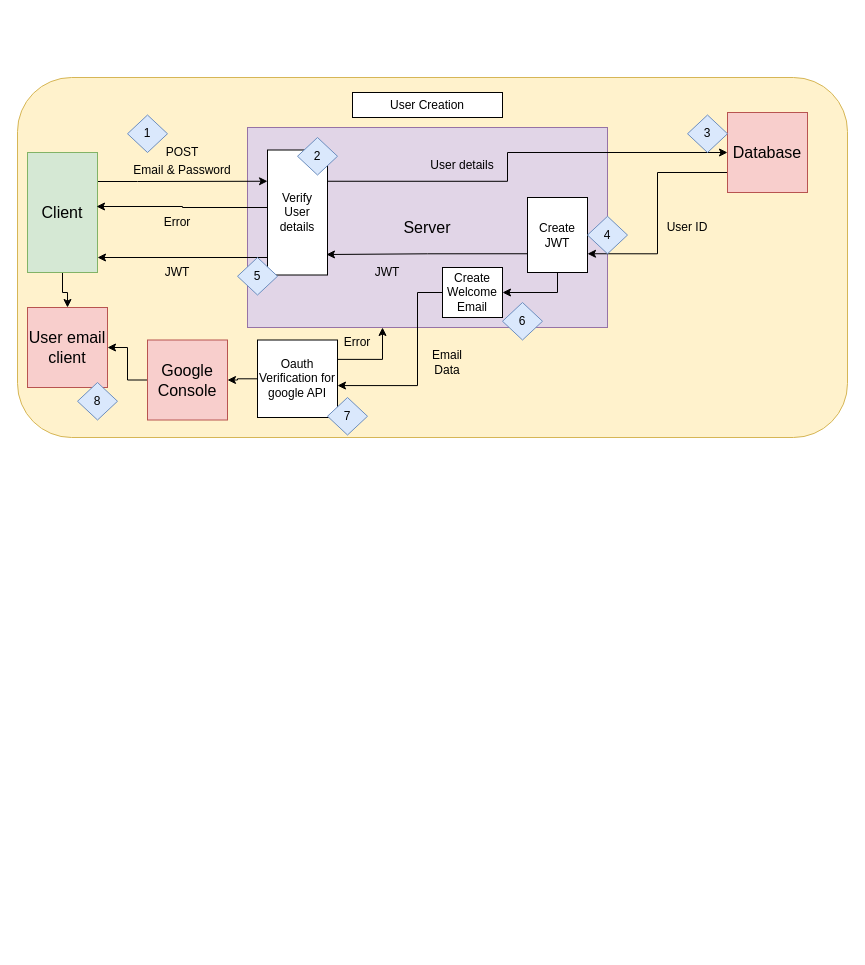
Bendavies96/T3A2-full-stack-app-part-a keeps this draw.io diagram as docs/User Creation Sequence Diagram.drawio. Above is the earlier version. Source tidied: cells renumbered, new cells numbered last; positions are measured from the earlier drawing's top-left corner, leaving out a move shared by most shapes. Both pictures are drawn from the tidied source at 100%, with x=0, y=0 at pixel (17, 77).
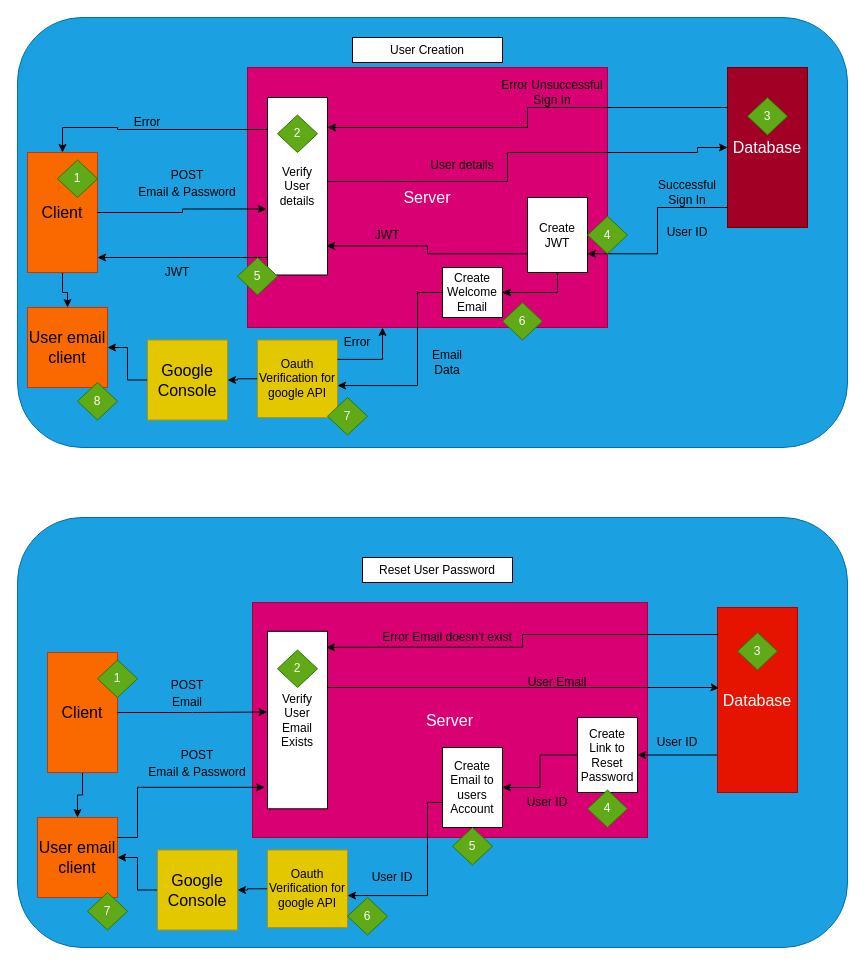
After the change.

Unchanged cells that the change refers to:
```xml
<mxCell id="14" value="Create JWT" style="rounded=0;whiteSpace=wrap;html=1;" parent="1" vertex="1">
  <mxGeometry x="510" y="120" width="60" height="75" as="geometry" />
</mxCell>
```

Change to the diagram source:
```diff
@@
-    <mxCell id="2" style="rounded=1;whiteSpace=wrap;html=1;fillColor=#fff2cc;strokeColor=#d6b656;" parent="1" vertex="1">
-      <mxGeometry width="830" height="360" as="geometry" />
+    <mxCell id="2" style="rounded=1;whiteSpace=wrap;html=1;fillColor=#1ba1e2;strokeColor=#006EAF;fontColor=#ffffff;" parent="1" vertex="1">
+      <mxGeometry y="-60" width="830" height="430" as="geometry" />
     </mxCell>
-    <mxCell id="3" value="&lt;span style=&quot;font-size: 16px;&quot;&gt;Server&lt;/span&gt;" style="rounded=0;whiteSpace=wrap;html=1;fillColor=#e1d5e7;strokeColor=#9673a6;" parent="1" vertex="1">
-      <mxGeometry x="230" y="50" width="360" height="200" as="geometry" />
+    <mxCell id="3" value="&lt;span style=&quot;font-size: 16px;&quot;&gt;Server&lt;/span&gt;" style="rounded=0;whiteSpace=wrap;html=1;fillColor=#d80073;strokeColor=#A50040;fontColor=#ffffff;" parent="1" vertex="1">
+      <mxGeometry x="230" y="-10" width="360" height="260" as="geometry" />
     </mxCell>
-    <mxCell id="4" style="edgeStyle=orthogonalEdgeStyle;rounded=0;jettySize=auto;html=1;entryX=0;entryY=0.25;entryDx=0;entryDy=0;" parent="1" edge="1" source="6" target="12">
-      <mxGeometry relative="1" as="geometry">
-        <Array as="points">
-          <mxPoint x="120" y="104" />
-          <mxPoint x="120" y="104" />
-        </Array>
-      </mxGeometry>
-    </mxCell>
@@
-    <mxCell id="6" value="&lt;span style=&quot;font-size: 16px;&quot;&gt;Client&lt;/span&gt;" style="rounded=0;whiteSpace=wrap;html=1;fillColor=#d5e8d4;strokeColor=#82b366;" parent="1" vertex="1">
+    <mxCell id="6" value="&lt;span style=&quot;font-size: 16px;&quot;&gt;Client&lt;/span&gt;" style="rounded=0;whiteSpace=wrap;html=1;fillColor=#fa6800;strokeColor=#C73500;fontColor=#000000;" parent="1" vertex="1">
       <mxGeometry x="10" y="75" width="70" height="120" as="geometry" />
     </mxCell>
     <mxCell id="7" value="User Creation" style="rounded=0;whiteSpace=wrap;html=1;" parent="1" vertex="1">
-      <mxGeometry x="335" y="15" width="150" height="25" as="geometry" />
+      <mxGeometry x="335" y="-40" width="150" height="25" as="geometry" />
     </mxCell>
     <mxCell id="8" style="edgeStyle=orthogonalEdgeStyle;rounded=0;jettySize=auto;html=1;exitX=0;exitY=0.75;exitDx=0;exitDy=0;entryX=1;entryY=0.75;entryDx=0;entryDy=0;" parent="1" edge="1" source="9" target="14">
-      <mxGeometry relative="1" as="geometry" />
+      <mxGeometry relative="1" as="geometry">
+        <Array as="points">
+          <mxPoint x="710" y="130" />
+          <mxPoint x="640" y="130" />
+          <mxPoint x="640" y="176" />
+        </Array>
+      </mxGeometry>
     </mxCell>
-    <mxCell id="9" value="&lt;span style=&quot;font-size: 16px;&quot;&gt;Database&lt;/span&gt;" style="rounded=0;whiteSpace=wrap;html=1;fillColor=#f8cecc;strokeColor=#b85450;" parent="1" vertex="1">
-      <mxGeometry x="710" y="35" width="80" height="80" as="geometry" />
+    <mxCell id="9" value="&lt;span style=&quot;font-size: 16px;&quot;&gt;Database&lt;/span&gt;" style="rounded=0;whiteSpace=wrap;html=1;fillColor=#a20025;strokeColor=#6F0000;fontColor=#ffffff;" parent="1" vertex="1">
+      <mxGeometry x="710" y="-10" width="80" height="160" as="geometry" />
     </mxCell>
     <mxCell id="10" style="edgeStyle=orthogonalEdgeStyle;rounded=0;jettySize=auto;html=1;exitX=1;exitY=0.25;exitDx=0;exitDy=0;entryX=0;entryY=0.5;entryDx=0;entryDy=0;" parent="1" edge="1" source="12" target="9">
       <mxGeometry relative="1" as="geometry">
         <Array as="points">
+          <mxPoint x="310" y="104" />
           <mxPoint x="490" y="104" />
           <mxPoint x="490" y="75" />
+          <mxPoint x="680" y="75" />
+          <mxPoint x="680" y="70" />
         </Array>
       </mxGeometry>
     </mxCell>
@@
     <mxCell id="12" value="Verify User details" style="rounded=0;whiteSpace=wrap;html=1;" parent="1" vertex="1">
-      <mxGeometry x="250" y="72.5" width="60" height="125" as="geometry" />
+      <mxGeometry x="250" y="20" width="60" height="177.5" as="geometry" />
     </mxCell>
@@
     <mxCell id="15" value="POST" style="text;html=1;align=center;verticalAlign=middle;whiteSpace=wrap;rounded=0;" parent="1" vertex="1">
-      <mxGeometry x="135" y="60" width="60" height="30" as="geometry" />
+      <mxGeometry x="140" y="82.5" width="60" height="30" as="geometry" />
     </mxCell>
     <mxCell id="16" value="Email &amp;amp; Password" style="text;html=1;align=center;verticalAlign=middle;whiteSpace=wrap;rounded=0;" parent="1" vertex="1">
-      <mxGeometry x="110" y="77.5" width="110" height="30" as="geometry" />
+      <mxGeometry x="115" y="100" width="110" height="30" as="geometry" />
     </mxCell>
@@
-    <mxCell id="18" value="1" style="rhombus;whiteSpace=wrap;html=1;fillColor=#dae8fc;strokeColor=#6c8ebf;" parent="1" vertex="1">
-      <mxGeometry x="110" y="37.5" width="40" height="37.5" as="geometry" />
+    <mxCell id="18" value="1" style="rhombus;whiteSpace=wrap;html=1;fillColor=#60a917;strokeColor=#2D7600;fontColor=#ffffff;" parent="1" vertex="1">
+      <mxGeometry x="40" y="82.5" width="40" height="37.5" as="geometry" />
     </mxCell>
-    <mxCell id="19" value="2" style="rhombus;whiteSpace=wrap;html=1;fillColor=#dae8fc;strokeColor=#6c8ebf;" parent="1" vertex="1">
-      <mxGeometry x="280" y="60" width="40" height="37.5" as="geometry" />
+    <mxCell id="19" value="2" style="rhombus;whiteSpace=wrap;html=1;fillColor=#60a917;strokeColor=#2D7600;fontColor=#ffffff;" parent="1" vertex="1">
+      <mxGeometry x="260" y="37.5" width="40" height="37.5" as="geometry" />
     </mxCell>
@@
-    <mxCell id="22" value="&lt;span style=&quot;font-size: 16px;&quot;&gt;Google Console&lt;/span&gt;" style="rounded=0;whiteSpace=wrap;html=1;fillColor=#f8cecc;strokeColor=#b85450;" parent="1" vertex="1">
+    <mxCell id="22" value="&lt;span style=&quot;font-size: 16px;&quot;&gt;Google Console&lt;/span&gt;" style="rounded=0;whiteSpace=wrap;html=1;fillColor=#e3c800;strokeColor=#B09500;fontColor=#000000;" parent="1" vertex="1">
       <mxGeometry x="130" y="262.5" width="80" height="80" as="geometry" />
     </mxCell>
-    <mxCell id="23" value="&lt;span style=&quot;font-size: 16px;&quot;&gt;User email client&lt;/span&gt;" style="rounded=0;whiteSpace=wrap;html=1;fillColor=#f8cecc;strokeColor=#b85450;" parent="1" vertex="1">
+    <mxCell id="23" value="&lt;span style=&quot;font-size: 16px;&quot;&gt;User email client&lt;/span&gt;" style="rounded=0;whiteSpace=wrap;html=1;fillColor=#fa6800;strokeColor=#C73500;fontColor=#000000;" parent="1" vertex="1">
       <mxGeometry x="10" y="230" width="80" height="80" as="geometry" />
     </mxCell>
-    <mxCell id="24" style="edgeStyle=orthogonalEdgeStyle;rounded=0;jettySize=auto;html=1;exitX=0;exitY=0.5;exitDx=0;exitDy=0;entryX=0.986;entryY=0.45;entryDx=0;entryDy=0;entryPerimeter=0;" parent="1" edge="1" source="12" target="6">
+    <mxCell id="24" style="edgeStyle=orthogonalEdgeStyle;rounded=0;jettySize=auto;html=1;exitX=0;exitY=0.5;exitDx=0;exitDy=0;entryX=0.5;entryY=0;entryDx=0;entryDy=0;" parent="1" edge="1" target="6">
       <mxGeometry relative="1" as="geometry">
+        <mxPoint x="250" y="30.6" as="sourcePoint" />
         <Array as="points">
-          <mxPoint x="250" y="130" />
-          <mxPoint x="165" y="130" />
-          <mxPoint x="165" y="129" />
+          <mxPoint x="250" y="52" />
+          <mxPoint x="100" y="52" />
+          <mxPoint x="100" y="50" />
+          <mxPoint x="45" y="50" />
         </Array>
       </mxGeometry>
     </mxCell>
     <mxCell id="25" value="Error" style="text;html=1;align=center;verticalAlign=middle;whiteSpace=wrap;rounded=0;" parent="1" vertex="1">
-      <mxGeometry x="130" y="130" width="60" height="30" as="geometry" />
+      <mxGeometry x="100" y="30" width="60" height="30" as="geometry" />
     </mxCell>
@@
-    <mxCell id="29" value="Oauth Verification for google API" style="rounded=0;whiteSpace=wrap;html=1;" parent="1" vertex="1">
+    <mxCell id="29" value="Oauth Verification for google API" style="rounded=0;whiteSpace=wrap;html=1;fillColor=#e3c800;fontColor=#000000;strokeColor=#B09500;" parent="1" vertex="1">
       <mxGeometry x="240" y="262.5" width="80" height="77.5" as="geometry" />
     </mxCell>
@@
     <mxCell id="31" value="JWT" style="text;html=1;align=center;verticalAlign=middle;whiteSpace=wrap;rounded=0;" parent="1" vertex="1">
-      <mxGeometry x="340" y="180" width="60" height="30" as="geometry" />
+      <mxGeometry x="340" y="142.5" width="60" height="30" as="geometry" />
     </mxCell>
@@
     <mxCell id="35" value="User ID" style="text;html=1;align=center;verticalAlign=middle;whiteSpace=wrap;rounded=0;" parent="1" vertex="1">
-      <mxGeometry x="640" y="135" width="60" height="30" as="geometry" />
+      <mxGeometry x="640" y="140" width="60" height="30" as="geometry" />
     </mxCell>
-    <mxCell id="36" value="3" style="rhombus;whiteSpace=wrap;html=1;fillColor=#dae8fc;strokeColor=#6c8ebf;" parent="1" vertex="1">
-      <mxGeometry x="670" y="37.5" width="40" height="37.5" as="geometry" />
+    <mxCell id="36" value="3" style="rhombus;whiteSpace=wrap;html=1;fillColor=#60a917;strokeColor=#2D7600;fontColor=#ffffff;" parent="1" vertex="1">
+      <mxGeometry x="730" y="20" width="40" height="37.5" as="geometry" />
     </mxCell>
-    <mxCell id="37" value="4" style="rhombus;whiteSpace=wrap;html=1;fillColor=#dae8fc;strokeColor=#6c8ebf;" parent="1" vertex="1">
+    <mxCell id="37" value="4" style="rhombus;whiteSpace=wrap;html=1;fillColor=#60a917;strokeColor=#2D7600;fontColor=#ffffff;" parent="1" vertex="1">
       <mxGeometry x="570" y="138.8" width="40" height="37.5" as="geometry" />
     </mxCell>
-    <mxCell id="38" value="6" style="rhombus;whiteSpace=wrap;html=1;fillColor=#dae8fc;strokeColor=#6c8ebf;" parent="1" vertex="1">
+    <mxCell id="38" value="6" style="rhombus;whiteSpace=wrap;html=1;fillColor=#60a917;strokeColor=#2D7600;fontColor=#ffffff;" parent="1" vertex="1">
       <mxGeometry x="485" y="225" width="40" height="37.5" as="geometry" />
     </mxCell>
-    <mxCell id="39" value="5" style="rhombus;whiteSpace=wrap;html=1;fillColor=#dae8fc;strokeColor=#6c8ebf;" parent="1" vertex="1">
+    <mxCell id="39" value="5" style="rhombus;whiteSpace=wrap;html=1;fillColor=#60a917;strokeColor=#2D7600;fontColor=#ffffff;" parent="1" vertex="1">
       <mxGeometry x="220" y="180" width="40" height="37.5" as="geometry" />
     </mxCell>
-    <mxCell id="40" value="7" style="rhombus;whiteSpace=wrap;html=1;fillColor=#dae8fc;strokeColor=#6c8ebf;" parent="1" vertex="1">
+    <mxCell id="40" value="7" style="rhombus;whiteSpace=wrap;html=1;fillColor=#60a917;strokeColor=#2D7600;fontColor=#ffffff;" parent="1" vertex="1">
       <mxGeometry x="310" y="320" width="40" height="37.5" as="geometry" />
     </mxCell>
-    <mxCell id="41" value="8" style="rhombus;whiteSpace=wrap;html=1;fillColor=#dae8fc;strokeColor=#6c8ebf;" parent="1" vertex="1">
+    <mxCell id="41" value="8" style="rhombus;whiteSpace=wrap;html=1;fillColor=#60a917;strokeColor=#2D7600;fontColor=#ffffff;" parent="1" vertex="1">
       <mxGeometry x="60" y="305" width="40" height="37.5" as="geometry" />
     </mxCell>
+    <mxCell id="42" value="Successful Sign In" style="text;html=1;align=center;verticalAlign=middle;whiteSpace=wrap;rounded=0;" parent="1" vertex="1">
+      <mxGeometry x="640" y="100" width="60" height="30" as="geometry" />
+    </mxCell>
+    <mxCell id="43" style="edgeStyle=orthogonalEdgeStyle;rounded=0;jettySize=auto;html=1;exitX=0;exitY=0.25;exitDx=0;exitDy=0;entryX=1;entryY=0.169;entryDx=0;entryDy=0;entryPerimeter=0;" parent="1" edge="1" source="9" target="12">
+      <mxGeometry relative="1" as="geometry" />
+    </mxCell>
+    <mxCell id="44" value="Error Unsuccessful Sign In" style="text;html=1;align=center;verticalAlign=middle;whiteSpace=wrap;rounded=0;" parent="1" vertex="1">
+      <mxGeometry x="480" width="110" height="30" as="geometry" />
+    </mxCell>
+    <mxCell id="4" style="edgeStyle=orthogonalEdgeStyle;rounded=0;jettySize=auto;html=1;entryX=-0.02;entryY=0.628;entryDx=0;entryDy=0;entryPerimeter=0;" parent="1" edge="1" source="6" target="12">
+      <mxGeometry relative="1" as="geometry" />
+    </mxCell>
+    <mxCell id="45" style="rounded=1;whiteSpace=wrap;html=1;fillColor=#1ba1e2;strokeColor=#006EAF;fontColor=#ffffff;" parent="1" vertex="1">
+      <mxGeometry y="440" width="830" height="430" as="geometry" />
+    </mxCell>
+    <mxCell id="46" value="&lt;span style=&quot;font-size: 16px;&quot;&gt;Server&lt;/span&gt;" style="rounded=0;whiteSpace=wrap;html=1;fillColor=#d80073;strokeColor=#A50040;fontColor=#ffffff;" parent="1" vertex="1">
+      <mxGeometry x="235" y="525" width="395" height="235" as="geometry" />
+    </mxCell>
+    <mxCell id="47" style="edgeStyle=orthogonalEdgeStyle;rounded=0;jettySize=auto;html=1;entryX=0.5;entryY=0;entryDx=0;entryDy=0;" parent="1" edge="1" source="48" target="56">
+      <mxGeometry relative="1" as="geometry" />
+    </mxCell>
+    <mxCell id="48" value="&lt;span style=&quot;font-size: 16px;&quot;&gt;Client&lt;/span&gt;" style="rounded=0;whiteSpace=wrap;html=1;fillColor=#fa6800;strokeColor=#C73500;fontColor=#000000;" parent="1" vertex="1">
+      <mxGeometry x="30" y="575" width="70" height="120" as="geometry" />
+    </mxCell>
+    <mxCell id="49" value="Reset User Password" style="rounded=0;whiteSpace=wrap;html=1;" parent="1" vertex="1">
+      <mxGeometry x="345" y="480" width="150" height="25" as="geometry" />
+    </mxCell>
+    <mxCell id="50" style="edgeStyle=orthogonalEdgeStyle;rounded=0;jettySize=auto;html=1;entryX=1;entryY=0.5;entryDx=0;entryDy=0;" parent="1" edge="1" source="51" target="53">
+      <mxGeometry relative="1" as="geometry">
+        <Array as="points">
+          <mxPoint x="660" y="678" />
+        </Array>
+      </mxGeometry>
+    </mxCell>
+    <mxCell id="51" value="&lt;span style=&quot;font-size: 16px;&quot;&gt;Database&lt;/span&gt;" style="rounded=0;whiteSpace=wrap;html=1;fillColor=#e51400;strokeColor=#B20000;fontColor=#ffffff;" parent="1" vertex="1">
+      <mxGeometry x="700" y="530" width="80" height="185" as="geometry" />
+    </mxCell>
+    <mxCell id="52" style="edgeStyle=orthogonalEdgeStyle;rounded=0;jettySize=auto;html=1;entryX=1;entryY=0.5;entryDx=0;entryDy=0;" parent="1" edge="1" source="53" target="57">
+      <mxGeometry relative="1" as="geometry" />
+    </mxCell>
+    <mxCell id="53" value="Create Link to Reset Password" style="rounded=0;whiteSpace=wrap;html=1;" parent="1" vertex="1">
+      <mxGeometry x="560" y="640" width="60" height="75" as="geometry" />
+    </mxCell>
+    <mxCell id="54" style="edgeStyle=orthogonalEdgeStyle;rounded=0;jettySize=auto;html=1;" parent="1" edge="1" source="55" target="56">
+      <mxGeometry relative="1" as="geometry" />
+    </mxCell>
+    <mxCell id="55" value="&lt;span style=&quot;font-size: 16px;&quot;&gt;Google Console&lt;/span&gt;" style="rounded=0;whiteSpace=wrap;html=1;fillColor=#e3c800;strokeColor=#B09500;fontColor=#000000;" parent="1" vertex="1">
+      <mxGeometry x="140" y="772.5" width="80" height="80" as="geometry" />
+    </mxCell>
+    <mxCell id="56" value="&lt;span style=&quot;font-size: 16px;&quot;&gt;User email client&lt;/span&gt;" style="rounded=0;whiteSpace=wrap;html=1;fillColor=#fa6800;strokeColor=#C73500;fontColor=#000000;" parent="1" vertex="1">
+      <mxGeometry x="20" y="740" width="80" height="80" as="geometry" />
+    </mxCell>
+    <mxCell id="57" value="Create Email to users Account" style="rounded=0;whiteSpace=wrap;html=1;" parent="1" vertex="1">
+      <mxGeometry x="425" y="670" width="60" height="80" as="geometry" />
+    </mxCell>
+    <mxCell id="58" style="edgeStyle=orthogonalEdgeStyle;rounded=0;jettySize=auto;html=1;entryX=1;entryY=0.5;entryDx=0;entryDy=0;" parent="1" edge="1" source="59" target="55">
+      <mxGeometry relative="1" as="geometry" />
+    </mxCell>
+    <mxCell id="59" value="Oauth Verification for google API" style="rounded=0;whiteSpace=wrap;html=1;fillColor=#e3c800;fontColor=#000000;strokeColor=#B09500;" parent="1" vertex="1">
+      <mxGeometry x="250" y="772.5" width="80" height="77.5" as="geometry" />
+    </mxCell>
+    <mxCell id="60" style="edgeStyle=orthogonalEdgeStyle;rounded=0;jettySize=auto;html=1;entryX=1;entryY=0.588;entryDx=0;entryDy=0;entryPerimeter=0;" parent="1" edge="1" source="57" target="59">
+      <mxGeometry relative="1" as="geometry">
+        <Array as="points">
+          <mxPoint x="410" y="725" />
+          <mxPoint x="410" y="818" />
+        </Array>
+      </mxGeometry>
+    </mxCell>
+    <mxCell id="61" value="7" style="rhombus;whiteSpace=wrap;html=1;fillColor=#60a917;strokeColor=#2D7600;fontColor=#ffffff;" parent="1" vertex="1">
+      <mxGeometry x="70" y="815" width="40" height="37.5" as="geometry" />
+    </mxCell>
+    <mxCell id="62" value="Verify User Email Exists" style="rounded=0;whiteSpace=wrap;html=1;" parent="1" vertex="1">
+      <mxGeometry x="250" y="553.8" width="60" height="177.5" as="geometry" />
+    </mxCell>
+    <mxCell id="63" style="edgeStyle=orthogonalEdgeStyle;rounded=0;jettySize=auto;html=1;entryX=-0.007;entryY=0.455;entryDx=0;entryDy=0;entryPerimeter=0;" parent="1" edge="1" source="48" target="62">
+      <mxGeometry relative="1" as="geometry" />
+    </mxCell>
+    <mxCell id="64" value="POST" style="text;html=1;align=center;verticalAlign=middle;whiteSpace=wrap;rounded=0;" parent="1" vertex="1">
+      <mxGeometry x="140" y="592.5" width="60" height="30" as="geometry" />
+    </mxCell>
+    <mxCell id="65" value="Email" style="text;html=1;align=center;verticalAlign=middle;whiteSpace=wrap;rounded=0;" parent="1" vertex="1">
+      <mxGeometry x="115" y="610" width="110" height="30" as="geometry" />
+    </mxCell>
+    <mxCell id="66" value="User Email" style="text;html=1;align=center;verticalAlign=middle;whiteSpace=wrap;rounded=0;" parent="1" vertex="1">
+      <mxGeometry x="485" y="590" width="110" height="30" as="geometry" />
+    </mxCell>
+    <mxCell id="67" style="edgeStyle=orthogonalEdgeStyle;rounded=0;jettySize=auto;html=1;exitX=1;exitY=0.25;exitDx=0;exitDy=0;entryX=0.02;entryY=0.436;entryDx=0;entryDy=0;entryPerimeter=0;" parent="1" edge="1" source="62" target="51">
+      <mxGeometry relative="1" as="geometry">
+        <Array as="points">
+          <mxPoint x="310" y="610" />
+          <mxPoint x="695" y="610" />
+        </Array>
+      </mxGeometry>
+    </mxCell>
+    <mxCell id="68" style="edgeStyle=orthogonalEdgeStyle;rounded=0;jettySize=auto;html=1;entryX=0.98;entryY=0.09;entryDx=0;entryDy=0;entryPerimeter=0;exitX=0.01;exitY=0.146;exitDx=0;exitDy=0;exitPerimeter=0;" parent="1" edge="1" source="51" target="62">
+      <mxGeometry relative="1" as="geometry" />
+    </mxCell>
+    <mxCell id="69" value="Error Email doesn't exist" style="text;html=1;align=center;verticalAlign=middle;whiteSpace=wrap;rounded=0;" parent="1" vertex="1">
+      <mxGeometry x="345" y="545" width="170" height="30" as="geometry" />
+    </mxCell>
+    <mxCell id="70" value="User ID" style="text;html=1;align=center;verticalAlign=middle;whiteSpace=wrap;rounded=0;" parent="1" vertex="1">
+      <mxGeometry x="630" y="650" width="60" height="30" as="geometry" />
+    </mxCell>
+    <mxCell id="71" value="User ID" style="text;html=1;align=center;verticalAlign=middle;whiteSpace=wrap;rounded=0;" parent="1" vertex="1">
+      <mxGeometry x="500" y="710" width="60" height="30" as="geometry" />
+    </mxCell>
+    <mxCell id="72" value="User ID" style="text;html=1;align=center;verticalAlign=middle;whiteSpace=wrap;rounded=0;" parent="1" vertex="1">
+      <mxGeometry x="345" y="785" width="60" height="30" as="geometry" />
+    </mxCell>
+    <mxCell id="73" value="POST" style="text;html=1;align=center;verticalAlign=middle;whiteSpace=wrap;rounded=0;" parent="1" vertex="1">
+      <mxGeometry x="150" y="662.5" width="60" height="30" as="geometry" />
+    </mxCell>
+    <mxCell id="74" value="Email &amp;amp; Password" style="text;html=1;align=center;verticalAlign=middle;whiteSpace=wrap;rounded=0;" parent="1" vertex="1">
+      <mxGeometry x="125" y="680" width="110" height="30" as="geometry" />
+    </mxCell>
+    <mxCell id="75" style="edgeStyle=orthogonalEdgeStyle;rounded=0;jettySize=auto;html=1;exitX=1;exitY=0.25;exitDx=0;exitDy=0;entryX=-0.047;entryY=0.879;entryDx=0;entryDy=0;entryPerimeter=0;" parent="1" edge="1" source="56" target="62">
+      <mxGeometry relative="1" as="geometry">
+        <Array as="points">
+          <mxPoint x="120" y="760" />
+          <mxPoint x="120" y="710" />
+        </Array>
+      </mxGeometry>
+    </mxCell>
+    <mxCell id="76" value="1" style="rhombus;whiteSpace=wrap;html=1;fillColor=#60a917;strokeColor=#2D7600;fontColor=#ffffff;" parent="1" vertex="1">
+      <mxGeometry x="80" y="582.5" width="40" height="37.5" as="geometry" />
+    </mxCell>
+    <mxCell id="77" value="2" style="rhombus;whiteSpace=wrap;html=1;fillColor=#60a917;strokeColor=#2D7600;fontColor=#ffffff;" parent="1" vertex="1">
+      <mxGeometry x="260" y="572.5" width="40" height="37.5" as="geometry" />
+    </mxCell>
+    <mxCell id="78" value="3" style="rhombus;whiteSpace=wrap;html=1;fillColor=#60a917;strokeColor=#2D7600;fontColor=#ffffff;" parent="1" vertex="1">
+      <mxGeometry x="720" y="555" width="40" height="37.5" as="geometry" />
+    </mxCell>
+    <mxCell id="79" value="4" style="rhombus;whiteSpace=wrap;html=1;fillColor=#60a917;strokeColor=#2D7600;fontColor=#ffffff;" parent="1" vertex="1">
+      <mxGeometry x="570" y="712.5" width="40" height="37.5" as="geometry" />
+    </mxCell>
+    <mxCell id="80" value="5" style="rhombus;whiteSpace=wrap;html=1;fillColor=#60a917;strokeColor=#2D7600;fontColor=#ffffff;" parent="1" vertex="1">
+      <mxGeometry x="435" y="750" width="40" height="37.5" as="geometry" />
+    </mxCell>
+    <mxCell id="81" value="6" style="rhombus;whiteSpace=wrap;html=1;fillColor=#60a917;strokeColor=#2D7600;fontColor=#ffffff;" parent="1" vertex="1">
+      <mxGeometry x="330" y="820" width="40" height="37.5" as="geometry" />
+    </mxCell>
```
